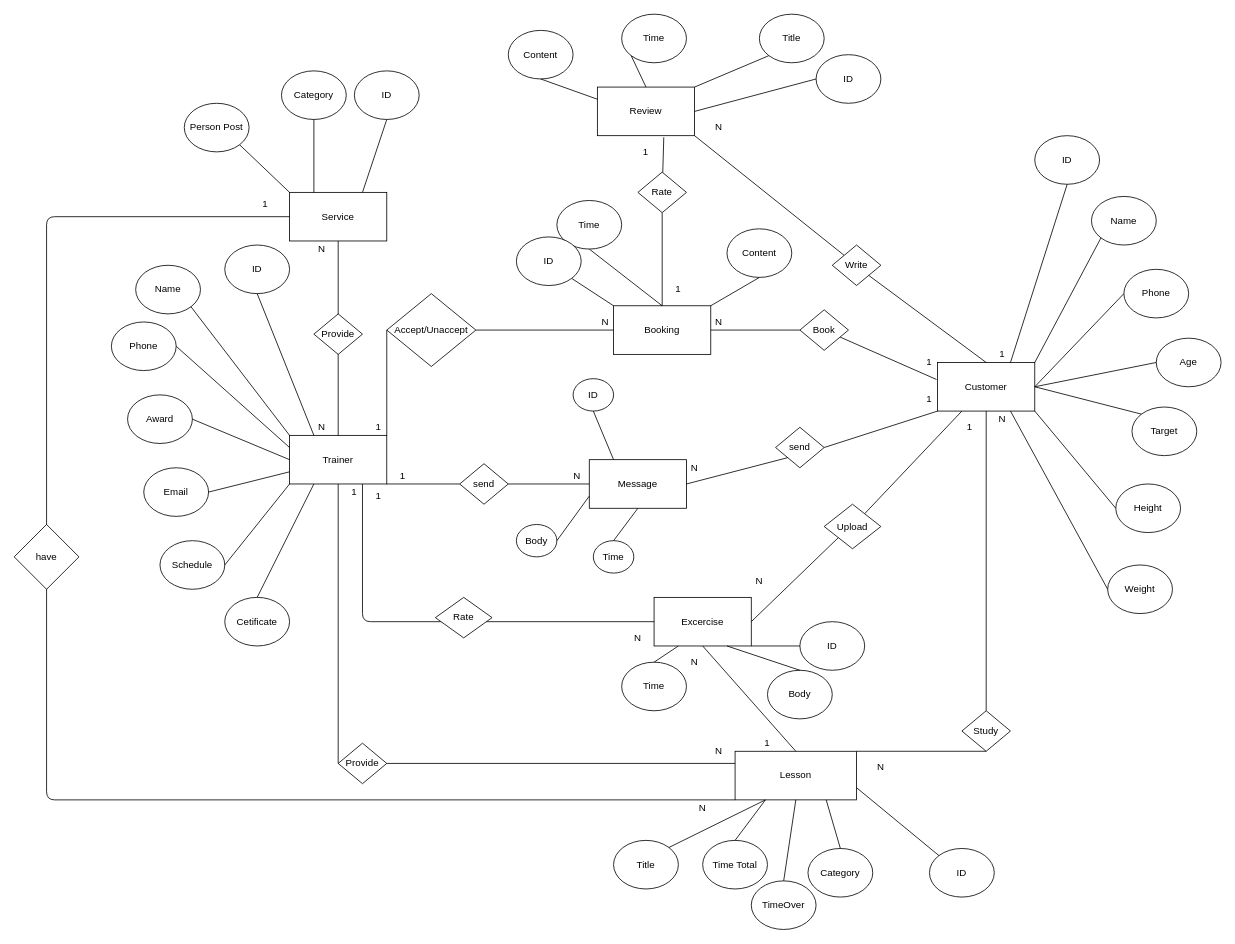
The draw.io diagram ConceptDiagram.drawio in caoquy2000/DBI, before the edit. Source tidied: cells renumbered, new cells numbered last; positions are measured from the earlier drawing's top-left corner, leaving out a move shared by most shapes. Both pictures are drawn from the tidied source at 81%, with x=0, y=0 at pixel (14, 14).
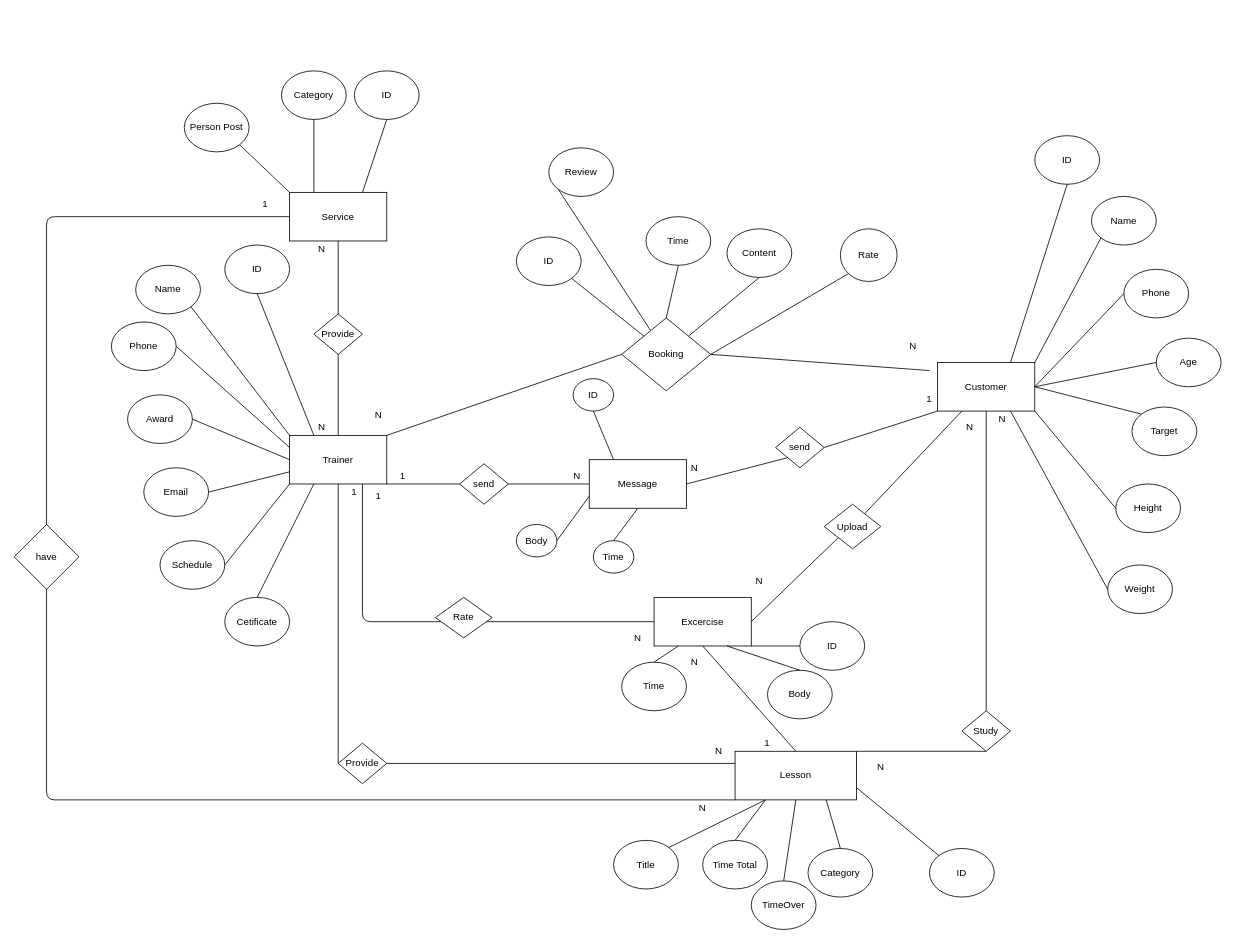
The same page after the edit.

Commit message:
Cập nhật ConceptDiagram.drawio

Unchanged cells that the change refers to:
```xml
<mxCell id="8" value="Customer" style="rounded=0;whiteSpace=wrap;html=1;" parent="1" vertex="1">
  <mxGeometry x="1140" y="430" width="120" height="60" as="geometry" />
</mxCell>
<mxCell id="54" value="Content" style="ellipse;whiteSpace=wrap;html=1;" parent="1" vertex="1">
  <mxGeometry x="880" y="265" width="80" height="60" as="geometry" />
</mxCell>
<mxCell id="56" value="ID" style="ellipse;whiteSpace=wrap;html=1;" parent="1" vertex="1">
  <mxGeometry x="620" y="275" width="80" height="60" as="geometry" />
</mxCell>
```

The edit, as a diff of the source:
```diff
@@
-    <mxCell id="5" value="Review" style="rounded=0;whiteSpace=wrap;html=1;" parent="1" vertex="1">
-      <mxGeometry x="720" y="90" width="120" height="60" as="geometry" />
-    </mxCell>
-    <mxCell id="6" value="Booking" style="rounded=0;whiteSpace=wrap;html=1;" parent="1" vertex="1">
-      <mxGeometry x="740" y="360" width="120" height="60" as="geometry" />
-    </mxCell>
@@
-    <mxCell id="9" style="endArrow=none;html=1;" parent="1" edge="1" source="84">
-      <mxGeometry relative="1" as="geometry">
-        <mxPoint x="802" y="152" as="targetPoint" />
-      </mxGeometry>
-    </mxCell>
-    <mxCell id="10" style="endArrow=none;html=1;entryX=1;entryY=1;entryDx=0;entryDy=0;" parent="1" edge="1" source="82" target="5">
-      <mxGeometry relative="1" as="geometry" />
-    </mxCell>
-    <mxCell id="11" style="endArrow=none;html=1;entryX=-0.011;entryY=0.35;entryDx=0;entryDy=0;entryPerimeter=0;" parent="1" edge="1" source="89" target="8">
-      <mxGeometry relative="1" as="geometry" />
-    </mxCell>
-    <mxCell id="12" style="endArrow=none;html=1;exitX=1;exitY=0.5;exitDx=0;exitDy=0;entryX=0;entryY=0.5;entryDx=0;entryDy=0;" parent="1" edge="1" source="87" target="6">
-      <mxGeometry relative="1" as="geometry" />
+    <mxCell id="12" style="endArrow=none;html=1;exitX=1;exitY=0.5;exitDx=0;exitDy=0;entryX=0.5;entryY=1;entryDx=0;entryDy=0;" parent="1" edge="1" source="87">
+      <mxGeometry relative="1" as="geometry">
+        <mxPoint x="1130" y="440" as="targetPoint" />
+      </mxGeometry>
     </mxCell>
@@
-    <mxCell id="40" value="Content" style="ellipse;whiteSpace=wrap;html=1;" parent="1" vertex="1">
-      <mxGeometry x="610" y="20" width="80" height="60" as="geometry" />
-    </mxCell>
-    <mxCell id="41" value="Time" style="ellipse;whiteSpace=wrap;html=1;" parent="1" vertex="1">
-      <mxGeometry x="750" width="80" height="60" as="geometry" />
-    </mxCell>
-    <mxCell id="42" value="Title" style="ellipse;whiteSpace=wrap;html=1;" parent="1" vertex="1">
-      <mxGeometry x="920" width="80" height="60" as="geometry" />
+    <mxCell id="42" value="Review" style="ellipse;whiteSpace=wrap;html=1;" parent="1" vertex="1">
+      <mxGeometry x="660" y="165" width="80" height="60" as="geometry" />
     </mxCell>
-    <mxCell id="43" value="ID" style="ellipse;whiteSpace=wrap;html=1;" parent="1" vertex="1">
-      <mxGeometry x="990" y="50" width="80" height="60" as="geometry" />
-    </mxCell>
@@
     <mxCell id="55" value="Time" style="ellipse;whiteSpace=wrap;html=1;" parent="1" vertex="1">
-      <mxGeometry x="670" y="230" width="80" height="60" as="geometry" />
+      <mxGeometry x="780" y="250" width="80" height="60" as="geometry" />
     </mxCell>
@@
-    <mxCell id="60" style="endArrow=none;html=1;entryX=0;entryY=1;entryDx=0;entryDy=0;exitX=0.5;exitY=0;exitDx=0;exitDy=0;" parent="1" edge="1" source="5" target="41">
-      <mxGeometry relative="1" as="geometry" />
-    </mxCell>
-    <mxCell id="61" style="endArrow=none;html=1;entryX=0.5;entryY=1;entryDx=0;entryDy=0;exitX=0;exitY=0.25;exitDx=0;exitDy=0;" parent="1" edge="1" source="5" target="40">
-      <mxGeometry relative="1" as="geometry" />
-    </mxCell>
-    <mxCell id="62" style="endArrow=none;html=1;entryX=0;entryY=1;entryDx=0;entryDy=0;exitX=1;exitY=0;exitDx=0;exitDy=0;" parent="1" edge="1" source="5" target="42">
+    <mxCell id="62" style="endArrow=none;html=1;entryX=0;entryY=1;entryDx=0;entryDy=0;" parent="1" edge="1" source="87" target="42">
       <mxGeometry relative="1" as="geometry" />
     </mxCell>
-    <mxCell id="63" style="endArrow=none;html=1;entryX=0;entryY=0.5;entryDx=0;entryDy=0;exitX=1;exitY=0.5;exitDx=0;exitDy=0;" parent="1" edge="1" source="5" target="43">
-      <mxGeometry relative="1" as="geometry" />
-    </mxCell>
@@
-    <mxCell id="67" style="endArrow=none;html=1;exitX=0;exitY=0;exitDx=0;exitDy=0;entryX=1;entryY=1;entryDx=0;entryDy=0;" parent="1" edge="1" source="6" target="56">
+    <mxCell id="67" style="endArrow=none;html=1;exitX=0;exitY=0;exitDx=0;exitDy=0;entryX=1;entryY=1;entryDx=0;entryDy=0;" parent="1" edge="1" source="87" target="56">
       <mxGeometry relative="1" as="geometry" />
     </mxCell>
-    <mxCell id="68" style="endArrow=none;html=1;entryX=0.5;entryY=0;entryDx=0;entryDy=0;exitX=0.5;exitY=1;exitDx=0;exitDy=0;" parent="1" edge="1" source="55" target="6">
+    <mxCell id="68" style="endArrow=none;html=1;entryX=0.5;entryY=0;entryDx=0;entryDy=0;exitX=0.5;exitY=1;exitDx=0;exitDy=0;" parent="1" edge="1" source="55" target="87">
       <mxGeometry relative="1" as="geometry" />
     </mxCell>
-    <mxCell id="69" style="endArrow=none;html=1;entryX=1;entryY=0;entryDx=0;entryDy=0;exitX=0.5;exitY=1;exitDx=0;exitDy=0;" parent="1" edge="1" source="54" target="6">
+    <mxCell id="69" style="endArrow=none;html=1;entryX=1;entryY=0;entryDx=0;entryDy=0;exitX=0.5;exitY=1;exitDx=0;exitDy=0;" parent="1" edge="1" source="54" target="87">
       <mxGeometry relative="1" as="geometry" />
     </mxCell>
@@
-    <mxCell id="80" value="1" style="text;html=1;strokeColor=none;fillColor=none;align=center;verticalAlign=middle;whiteSpace=wrap;rounded=0;" parent="1" vertex="1">
-      <mxGeometry x="1200" y="410" width="40" height="20" as="geometry" />
-    </mxCell>
-    <mxCell id="81" value="N" style="text;html=1;strokeColor=none;fillColor=none;align=center;verticalAlign=middle;whiteSpace=wrap;rounded=0;" parent="1" vertex="1">
-      <mxGeometry x="850" y="130" width="40" height="20" as="geometry" />
-    </mxCell>
-    <mxCell id="82" value="Write" style="rhombus;whiteSpace=wrap;html=1;" parent="1" vertex="1">
-      <mxGeometry x="1010" y="285" width="60" height="50" as="geometry" />
-    </mxCell>
-    <mxCell id="83" style="endArrow=none;html=1;entryX=1;entryY=1;entryDx=0;entryDy=0;exitX=0.5;exitY=0;exitDx=0;exitDy=0;" parent="1" edge="1" source="8" target="82">
-      <mxGeometry relative="1" as="geometry" />
-    </mxCell>
-    <mxCell id="84" value="Rate" style="rhombus;whiteSpace=wrap;html=1;" parent="1" vertex="1">
-      <mxGeometry x="770" y="195" width="60" height="50" as="geometry" />
-    </mxCell>
-    <mxCell id="85" style="endArrow=none;html=1;entryX=0.5;entryY=1;entryDx=0;entryDy=0;exitX=0.5;exitY=0;exitDx=0;exitDy=0;" parent="1" edge="1" source="6" target="84">
-      <mxGeometry relative="1" as="geometry" />
-    </mxCell>
@@
-    <mxCell id="87" value="Accept/Unaccept" style="rhombus;whiteSpace=wrap;html=1;" parent="1" vertex="1">
-      <mxGeometry x="460" y="345" width="110" height="90" as="geometry" />
+    <mxCell id="87" value="Booking" style="rhombus;whiteSpace=wrap;html=1;" parent="1" vertex="1">
+      <mxGeometry x="750" y="375" width="110" height="90" as="geometry" />
     </mxCell>
@@
-    <mxCell id="89" value="Book" style="rhombus;whiteSpace=wrap;html=1;" parent="1" vertex="1">
-      <mxGeometry x="970" y="365" width="60" height="50" as="geometry" />
-    </mxCell>
-    <mxCell id="90" style="endArrow=none;html=1;exitX=1;exitY=0.5;exitDx=0;exitDy=0;entryX=0;entryY=0.5;entryDx=0;entryDy=0;" parent="1" edge="1" source="6" target="89">
-      <mxGeometry relative="1" as="geometry" />
-    </mxCell>
@@
-    <mxCell id="99" value="1" style="text;html=1;strokeColor=none;fillColor=none;align=center;verticalAlign=middle;whiteSpace=wrap;rounded=0;" parent="1" vertex="1">
-      <mxGeometry x="1110" y="420" width="40" height="20" as="geometry" />
-    </mxCell>
-    <mxCell id="100" value="N" style="text;html=1;strokeColor=none;fillColor=none;align=center;verticalAlign=middle;whiteSpace=wrap;rounded=0;" parent="1" vertex="1">
-      <mxGeometry x="850" y="370" width="40" height="20" as="geometry" />
-    </mxCell>
-    <mxCell id="101" value="1" style="text;html=1;strokeColor=none;fillColor=none;align=center;verticalAlign=middle;whiteSpace=wrap;rounded=0;" parent="1" vertex="1">
-      <mxGeometry x="800" y="330" width="40" height="20" as="geometry" />
-    </mxCell>
@@
-    <mxCell id="105" value="1" style="text;html=1;strokeColor=none;fillColor=none;align=center;verticalAlign=middle;whiteSpace=wrap;rounded=0;" parent="1" vertex="1">
-      <mxGeometry x="430" y="500" width="40" height="20" as="geometry" />
-    </mxCell>
     <mxCell id="106" value="N" style="text;html=1;strokeColor=none;fillColor=none;align=center;verticalAlign=middle;whiteSpace=wrap;rounded=0;" parent="1" vertex="1">
-      <mxGeometry x="710" y="370" width="40" height="20" as="geometry" />
+      <mxGeometry x="430" y="485" width="40" height="20" as="geometry" />
     </mxCell>
@@
-    <mxCell id="121" value="1" style="text;html=1;strokeColor=none;fillColor=none;align=center;verticalAlign=middle;whiteSpace=wrap;rounded=0;" parent="1" vertex="1">
+    <mxCell id="121" value="N" style="text;html=1;strokeColor=none;fillColor=none;align=center;verticalAlign=middle;whiteSpace=wrap;rounded=0;" parent="1" vertex="1">
       <mxGeometry x="1160" y="500" width="40" height="20" as="geometry" />
     </mxCell>
@@
-    <mxCell id="139" value="1" style="text;html=1;strokeColor=none;fillColor=none;align=center;verticalAlign=middle;whiteSpace=wrap;rounded=0;" parent="1" vertex="1">
-      <mxGeometry x="760" y="160" width="40" height="20" as="geometry" />
-    </mxCell>
+    <mxCell id="140" value="N" style="text;html=1;strokeColor=none;fillColor=none;align=center;verticalAlign=middle;whiteSpace=wrap;rounded=0;" parent="1" vertex="1">
+      <mxGeometry x="1090" y="400" width="40" height="20" as="geometry" />
+    </mxCell>
+    <mxCell id="84" value="Rate" style="ellipse;whiteSpace=wrap;html=1;" parent="1" vertex="1">
+      <mxGeometry x="1020" y="265" width="70" height="65" as="geometry" />
+    </mxCell>
+    <mxCell id="141" style="endArrow=none;html=1;exitX=1;exitY=0.5;exitDx=0;exitDy=0;entryX=0;entryY=1;entryDx=0;entryDy=0;" parent="1" edge="1" source="87" target="84">
+      <mxGeometry relative="1" as="geometry" />
+    </mxCell>
```
